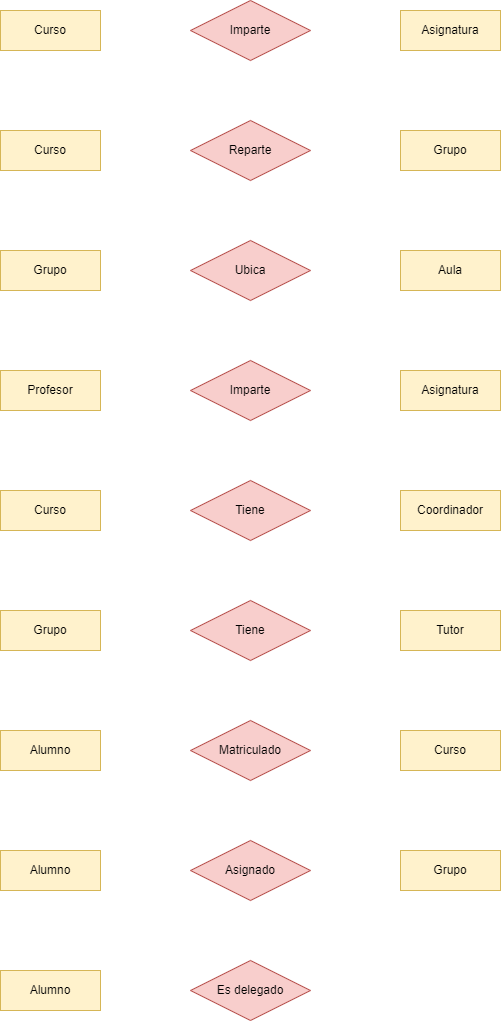
samugd17/base-datos-bae- keeps this draw.io diagram as TAREAS/Tarea6/ER.nº12.Tarea6.Gestión docente.drawio.png. Above is the earlier version. Source tidied: cells renumbered, new cells last; positions are measured from the earlier drawing's top-left corner, leaving out a move shared by most shapes. The source it was exported from:
```xml
<mxGraphModel>
  <root>
    <mxCell id="0" />
    <mxCell id="1" parent="0" />
    <mxCell id="2" value="Curso" style="whiteSpace=wrap;html=1;align=center;fillColor=#fff2cc;strokeColor=#d6b656;" parent="1" vertex="1">
      <mxGeometry y="10" width="100" height="40" as="geometry" />
    </mxCell>
    <mxCell id="3" value="Imparte" style="shape=rhombus;perimeter=rhombusPerimeter;whiteSpace=wrap;html=1;align=center;fillColor=#f8cecc;strokeColor=#b85450;" parent="1" vertex="1">
      <mxGeometry x="190" width="120" height="60" as="geometry" />
    </mxCell>
    <mxCell id="4" value="Asignatura" style="whiteSpace=wrap;html=1;align=center;fillColor=#fff2cc;strokeColor=#d6b656;" parent="1" vertex="1">
      <mxGeometry x="400" y="10" width="100" height="40" as="geometry" />
    </mxCell>
    <mxCell id="5" value="Grupo" style="whiteSpace=wrap;html=1;align=center;fillColor=#fff2cc;strokeColor=#d6b656;" parent="1" vertex="1">
      <mxGeometry x="400" y="130" width="100" height="40" as="geometry" />
    </mxCell>
    <mxCell id="6" value="Reparte" style="shape=rhombus;perimeter=rhombusPerimeter;whiteSpace=wrap;html=1;align=center;fillColor=#f8cecc;strokeColor=#b85450;" parent="1" vertex="1">
      <mxGeometry x="190" y="120" width="120" height="60" as="geometry" />
    </mxCell>
    <mxCell id="7" value="Curso" style="whiteSpace=wrap;html=1;align=center;fillColor=#fff2cc;strokeColor=#d6b656;" parent="1" vertex="1">
      <mxGeometry y="130" width="100" height="40" as="geometry" />
    </mxCell>
    <mxCell id="8" value="Grupo" style="whiteSpace=wrap;html=1;align=center;fillColor=#fff2cc;strokeColor=#d6b656;" parent="1" vertex="1">
      <mxGeometry y="250" width="100" height="40" as="geometry" />
    </mxCell>
    <mxCell id="9" value="Ubica" style="shape=rhombus;perimeter=rhombusPerimeter;whiteSpace=wrap;html=1;align=center;fillColor=#f8cecc;strokeColor=#b85450;" parent="1" vertex="1">
      <mxGeometry x="190" y="240" width="120" height="60" as="geometry" />
    </mxCell>
    <mxCell id="10" value="Aula" style="whiteSpace=wrap;html=1;align=center;fillColor=#fff2cc;strokeColor=#d6b656;" parent="1" vertex="1">
      <mxGeometry x="400" y="250" width="100" height="40" as="geometry" />
    </mxCell>
    <mxCell id="11" value="Profesor" style="whiteSpace=wrap;html=1;align=center;fillColor=#fff2cc;strokeColor=#d6b656;" parent="1" vertex="1">
      <mxGeometry y="370" width="100" height="40" as="geometry" />
    </mxCell>
    <mxCell id="12" value="Curso" style="whiteSpace=wrap;html=1;align=center;fillColor=#fff2cc;strokeColor=#d6b656;" parent="1" vertex="1">
      <mxGeometry y="490" width="100" height="40" as="geometry" />
    </mxCell>
    <mxCell id="13" value="Imparte" style="shape=rhombus;perimeter=rhombusPerimeter;whiteSpace=wrap;html=1;align=center;fillColor=#f8cecc;strokeColor=#b85450;" parent="1" vertex="1">
      <mxGeometry x="190" y="360" width="120" height="60" as="geometry" />
    </mxCell>
    <mxCell id="14" value="Asignatura" style="whiteSpace=wrap;html=1;align=center;fillColor=#fff2cc;strokeColor=#d6b656;" parent="1" vertex="1">
      <mxGeometry x="400" y="370" width="100" height="40" as="geometry" />
    </mxCell>
    <mxCell id="15" value="Tiene" style="shape=rhombus;perimeter=rhombusPerimeter;whiteSpace=wrap;html=1;align=center;fillColor=#f8cecc;strokeColor=#b85450;" parent="1" vertex="1">
      <mxGeometry x="190" y="480" width="120" height="60" as="geometry" />
    </mxCell>
    <mxCell id="16" value="Coordinador" style="whiteSpace=wrap;html=1;align=center;fillColor=#fff2cc;strokeColor=#d6b656;" parent="1" vertex="1">
      <mxGeometry x="400" y="490" width="100" height="40" as="geometry" />
    </mxCell>
    <mxCell id="17" value="Grupo" style="whiteSpace=wrap;html=1;align=center;fillColor=#fff2cc;strokeColor=#d6b656;" parent="1" vertex="1">
      <mxGeometry y="610" width="100" height="40" as="geometry" />
    </mxCell>
    <mxCell id="18" value="Tiene" style="shape=rhombus;perimeter=rhombusPerimeter;whiteSpace=wrap;html=1;align=center;fillColor=#f8cecc;strokeColor=#b85450;" parent="1" vertex="1">
      <mxGeometry x="190" y="600" width="120" height="60" as="geometry" />
    </mxCell>
    <mxCell id="19" value="Tutor" style="whiteSpace=wrap;html=1;align=center;fillColor=#fff2cc;strokeColor=#d6b656;" parent="1" vertex="1">
      <mxGeometry x="400" y="610" width="100" height="40" as="geometry" />
    </mxCell>
    <mxCell id="20" value="Alumno" style="whiteSpace=wrap;html=1;align=center;fillColor=#fff2cc;strokeColor=#d6b656;" parent="1" vertex="1">
      <mxGeometry y="730" width="100" height="40" as="geometry" />
    </mxCell>
    <mxCell id="21" value="Matriculado" style="shape=rhombus;perimeter=rhombusPerimeter;whiteSpace=wrap;html=1;align=center;fillColor=#f8cecc;strokeColor=#b85450;" parent="1" vertex="1">
      <mxGeometry x="190" y="720" width="120" height="60" as="geometry" />
    </mxCell>
    <mxCell id="22" value="Curso" style="whiteSpace=wrap;html=1;align=center;fillColor=#fff2cc;strokeColor=#d6b656;" parent="1" vertex="1">
      <mxGeometry x="400" y="730" width="100" height="40" as="geometry" />
    </mxCell>
    <mxCell id="23" value="Alumno" style="whiteSpace=wrap;html=1;align=center;fillColor=#fff2cc;strokeColor=#d6b656;" parent="1" vertex="1">
      <mxGeometry y="850" width="100" height="40" as="geometry" />
    </mxCell>
    <mxCell id="24" value="Asignado" style="shape=rhombus;perimeter=rhombusPerimeter;whiteSpace=wrap;html=1;align=center;fillColor=#f8cecc;strokeColor=#b85450;" parent="1" vertex="1">
      <mxGeometry x="190" y="840" width="120" height="60" as="geometry" />
    </mxCell>
    <mxCell id="25" value="Grupo" style="whiteSpace=wrap;html=1;align=center;fillColor=#fff2cc;strokeColor=#d6b656;" parent="1" vertex="1">
      <mxGeometry x="400" y="850" width="100" height="40" as="geometry" />
    </mxCell>
    <mxCell id="26" value="Alumno" style="whiteSpace=wrap;html=1;align=center;fillColor=#fff2cc;strokeColor=#d6b656;" parent="1" vertex="1">
      <mxGeometry y="970" width="100" height="40" as="geometry" />
    </mxCell>
    <mxCell id="27" value="Es delegado" style="shape=rhombus;perimeter=rhombusPerimeter;whiteSpace=wrap;html=1;align=center;fillColor=#f8cecc;strokeColor=#b85450;" parent="1" vertex="1">
      <mxGeometry x="190" y="960" width="120" height="60" as="geometry" />
    </mxCell>
  </root>
</mxGraphModel>
```
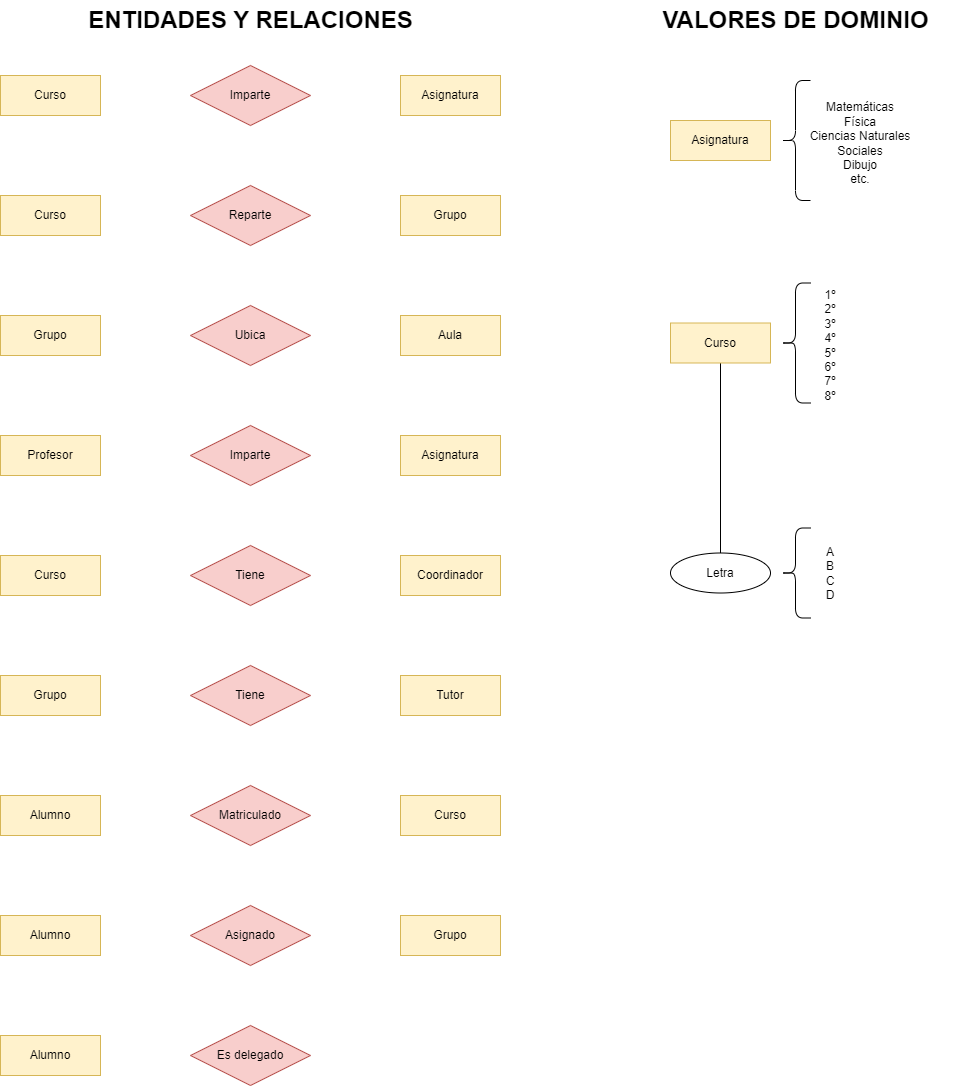
Later version of the same file.

What changed in the source:
```diff
@@ -80,5 +80,41 @@
     <mxCell id="27" value="Es delegado" style="shape=rhombus;perimeter=rhombusPerimeter;whiteSpace=wrap;html=1;align=center;fillColor=#f8cecc;strokeColor=#b85450;" parent="1" vertex="1">
       <mxGeometry x="190" y="960" width="120" height="60" as="geometry" />
     </mxCell>
+    <mxCell id="28" style="edgeStyle=orthogonalEdgeStyle;rounded=0;jettySize=auto;html=1;entryX=0.5;entryY=0;entryDx=0;entryDy=0;endArrow=none;endFill=0;" parent="1" edge="1" source="29" target="35">
+      <mxGeometry relative="1" as="geometry" />
+    </mxCell>
+    <mxCell id="29" value="Curso" style="whiteSpace=wrap;html=1;align=center;fillColor=#fff2cc;strokeColor=#d6b656;" parent="1" vertex="1">
+      <mxGeometry x="670" y="257.5" width="100" height="40" as="geometry" />
+    </mxCell>
+    <mxCell id="30" style="shape=curlyBracket;whiteSpace=wrap;html=1;rounded=1;" parent="1" vertex="1">
+      <mxGeometry x="780" y="217.5" width="30" height="120" as="geometry" />
+    </mxCell>
+    <mxCell id="31" value="1º&lt;br&gt;2º&lt;br&gt;3º&lt;br&gt;4º&lt;br&gt;5º&lt;br&gt;6º&lt;br&gt;7º&lt;br&gt;8º&lt;br&gt;" style="text;html=1;strokeColor=none;fillColor=none;align=center;verticalAlign=middle;whiteSpace=wrap;rounded=0;" parent="1" vertex="1">
+      <mxGeometry x="800" y="197.5" width="60" height="165" as="geometry" />
+    </mxCell>
+    <mxCell id="32" value="Asignatura" style="whiteSpace=wrap;html=1;align=center;fillColor=#fff2cc;strokeColor=#d6b656;" parent="1" vertex="1">
+      <mxGeometry x="670" y="55" width="100" height="40" as="geometry" />
+    </mxCell>
+    <mxCell id="33" value="Matemáticas&lt;br&gt;Física&lt;br&gt;Ciencias Naturales&lt;br&gt;Sociales&lt;br&gt;Dibujo&lt;br&gt;etc." style="text;html=1;strokeColor=none;fillColor=none;align=center;verticalAlign=middle;whiteSpace=wrap;rounded=0;" parent="1" vertex="1">
+      <mxGeometry x="800" y="-5" width="120" height="165" as="geometry" />
+    </mxCell>
+    <mxCell id="34" style="shape=curlyBracket;whiteSpace=wrap;html=1;rounded=1;" parent="1" vertex="1">
+      <mxGeometry x="780" y="15" width="30" height="120" as="geometry" />
+    </mxCell>
+    <mxCell id="35" value="Letra" style="ellipse;whiteSpace=wrap;html=1;align=center;" parent="1" vertex="1">
+      <mxGeometry x="670" y="487.5" width="100" height="40" as="geometry" />
+    </mxCell>
+    <mxCell id="36" style="shape=curlyBracket;whiteSpace=wrap;html=1;rounded=1;" parent="1" vertex="1">
+      <mxGeometry x="780" y="462.5" width="30" height="90" as="geometry" />
+    </mxCell>
+    <mxCell id="37" value="A&lt;br&gt;B&lt;br&gt;C&lt;br&gt;D" style="text;html=1;strokeColor=none;fillColor=none;align=center;verticalAlign=middle;whiteSpace=wrap;rounded=0;" parent="1" vertex="1">
+      <mxGeometry x="800" y="471.2" width="60" height="72.5" as="geometry" />
+    </mxCell>
+    <mxCell id="38" value="ENTIDADES Y RELACIONES" style="text;strokeColor=none;fillColor=none;html=1;fontSize=24;fontStyle=1;verticalAlign=middle;align=center;" parent="1" vertex="1">
+      <mxGeometry x="85" y="-65" width="330" height="40" as="geometry" />
+    </mxCell>
+    <mxCell id="39" value="VALORES DE DOMINIO" style="text;strokeColor=none;fillColor=none;html=1;fontSize=24;fontStyle=1;verticalAlign=middle;align=center;" parent="1" vertex="1">
+      <mxGeometry x="630" y="-65" width="330" height="40" as="geometry" />
+    </mxCell>
   </root>
 </mxGraphModel>
```
